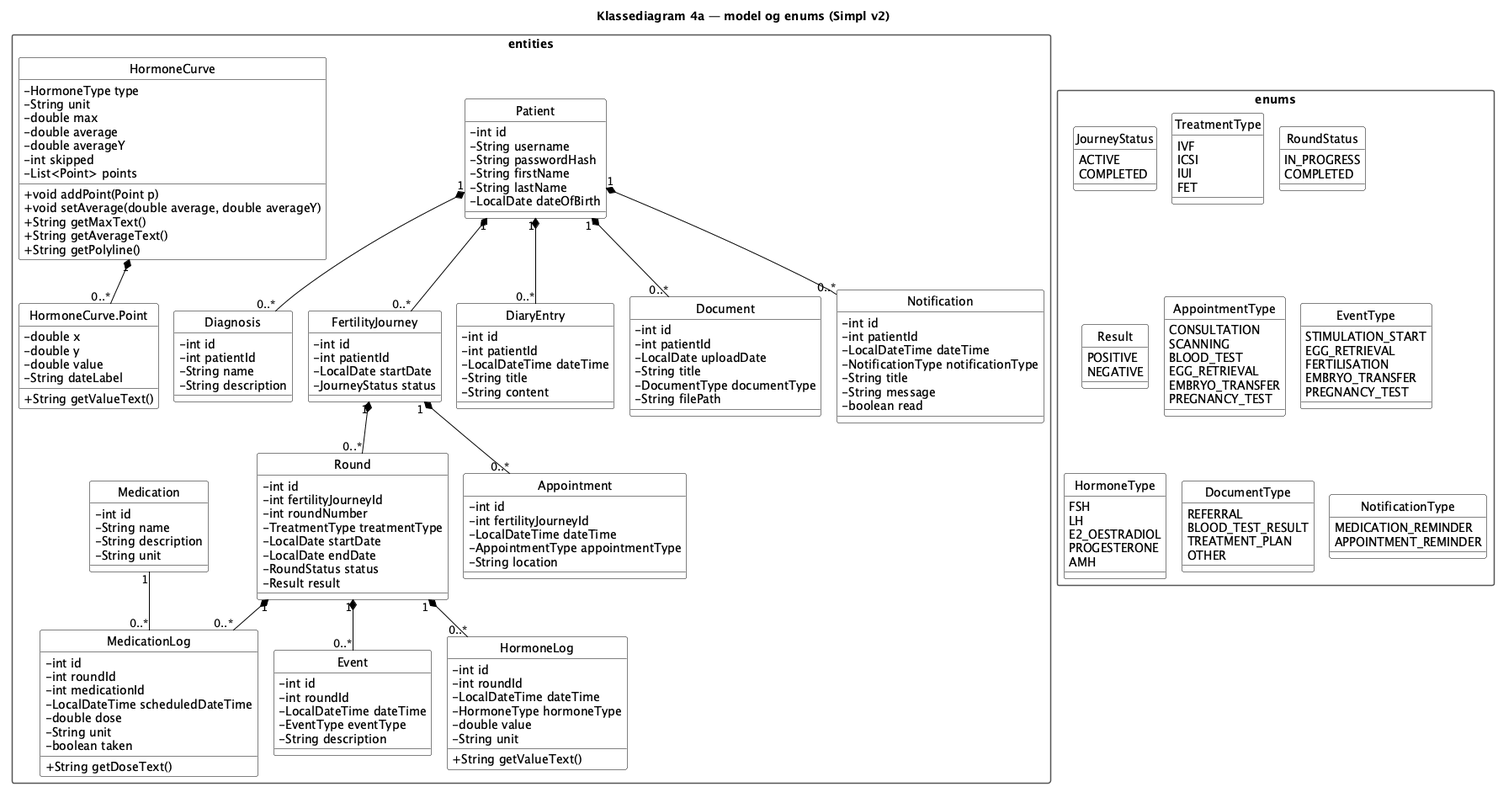
BesimaP/Simpl-PET-project keeps this PlantUML diagram as doc/static/Klassediagram4a.png. Above is the earlier version.
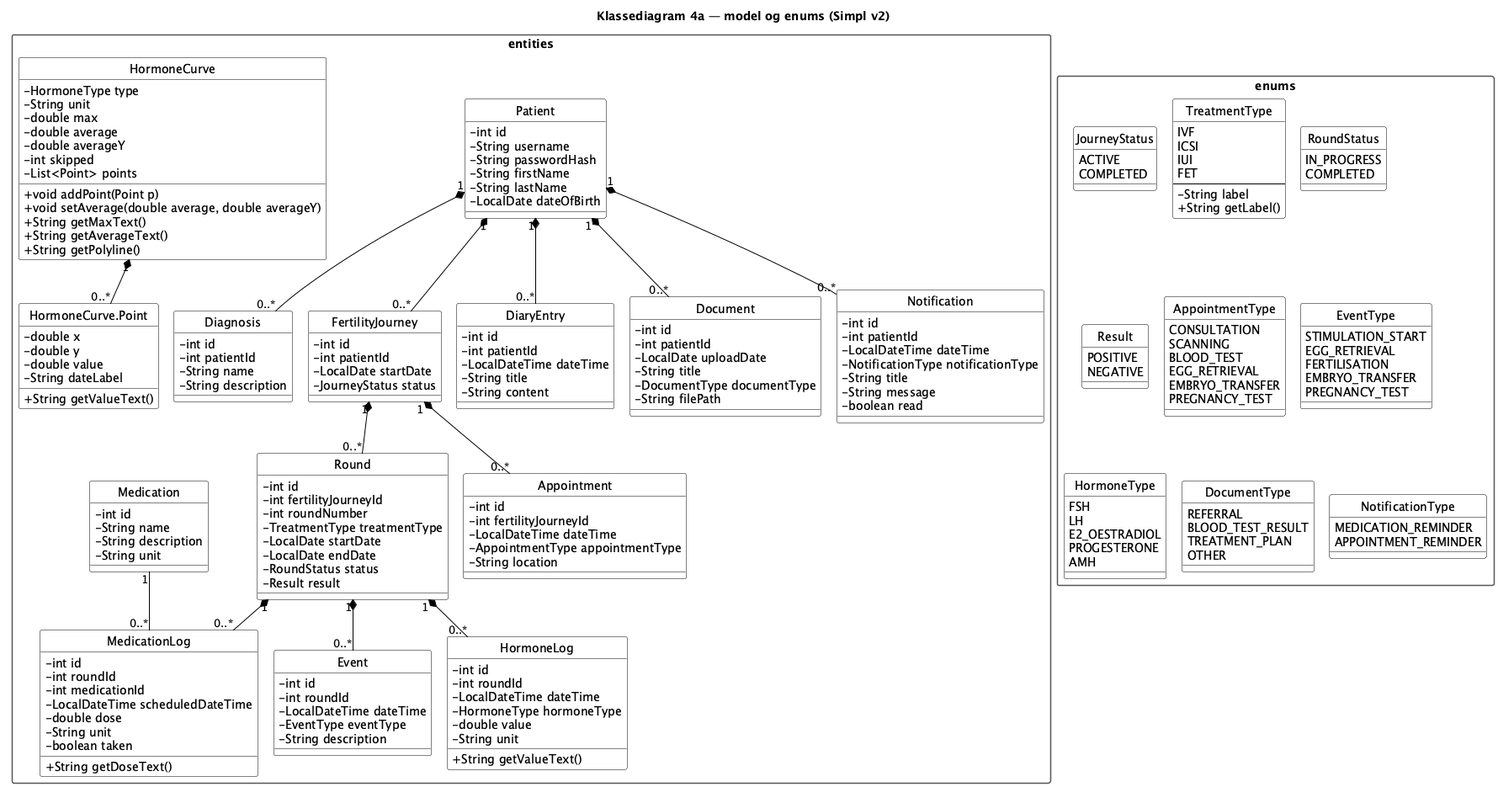
The same file after the commit.

Change to the diagram source:
```diff
@@ -163,6 +163,9 @@
     ICSI
     IUI
     FET
+    --
+    - String label
+    + String getLabel()
   }
 
   enum RoundStatus {
```
